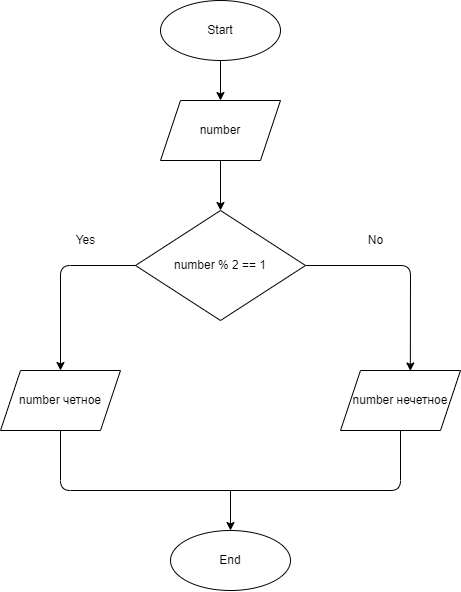
The draw.io diagram Ex0030/ex0030.drawio.png in Fearenok/Homework, before a commit. Source tidied: cells renumbered, new cells last; positions are measured from the earlier drawing's top-left corner, leaving out a move shared by most shapes.
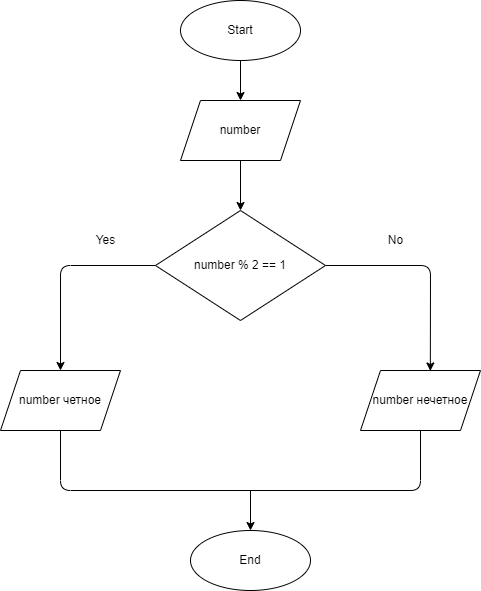
The same file after the commit.

What changed in the source:
```diff
@@ -17,7 +17,7 @@
     <mxCell id="6" style="edgeStyle=none;html=1;exitX=0;exitY=0.5;exitDx=0;exitDy=0;entryX=0.5;entryY=0;entryDx=0;entryDy=0;" parent="1" edge="1" source="8" target="9">
       <mxGeometry relative="1" as="geometry">
         <Array as="points">
-          <mxPoint x="60" y="265" />
+          <mxPoint x="40" y="265" />
         </Array>
       </mxGeometry>
     </mxCell>
@@ -32,7 +32,7 @@
       <mxGeometry x="135" y="210" width="170" height="110" as="geometry" />
     </mxCell>
     <mxCell id="9" value="number четное" style="shape=parallelogram;perimeter=parallelogramPerimeter;whiteSpace=wrap;html=1;fixedSize=1;" parent="1" vertex="1">
-      <mxGeometry y="370" width="120" height="60" as="geometry" />
+      <mxGeometry x="-20" y="370" width="120" height="60" as="geometry" />
     </mxCell>
     <mxCell id="10" value="number нечетное" style="shape=parallelogram;perimeter=parallelogramPerimeter;whiteSpace=wrap;html=1;fixedSize=1;" parent="1" vertex="1">
       <mxGeometry x="340" y="370" width="120" height="60" as="geometry" />
@@ -46,11 +46,10 @@
     <mxCell id="13" value="No" style="text;html=1;align=center;verticalAlign=middle;strokeColor=none;fillColor=none;" parent="1" vertex="1">
       <mxGeometry x="360" y="230" width="30" height="20" as="geometry" />
     </mxCell>
-    <mxCell id="14" style="endArrow=none;html=1;entryX=0.5;entryY=1;entryDx=0;entryDy=0;" parent="1" edge="1" target="10">
+    <mxCell id="14" style="endArrow=none;html=1;entryX=0.5;entryY=1;entryDx=0;entryDy=0;exitX=0.5;exitY=1;exitDx=0;exitDy=0;" parent="1" edge="1" source="9" target="10">
       <mxGeometry relative="1" as="geometry">
-        <mxPoint x="60" y="430" as="sourcePoint" />
         <Array as="points">
-          <mxPoint x="60" y="490" />
+          <mxPoint x="40" y="490" />
           <mxPoint x="400" y="490" />
         </Array>
       </mxGeometry>
```
